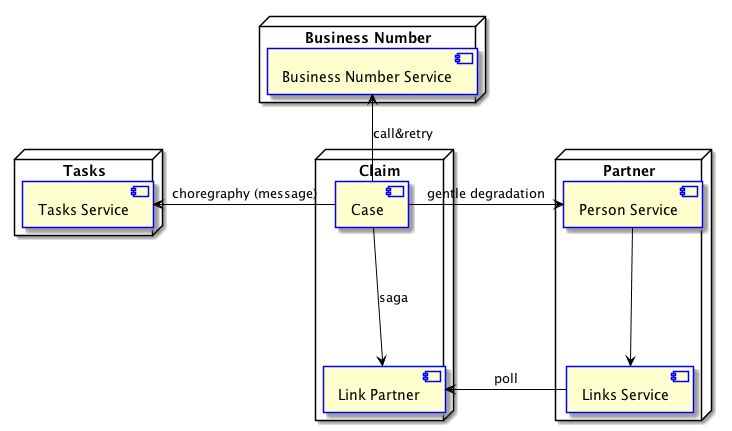
This is doc/images/components.png from fxleloup/microservice-sandbox, a PlantUML export, as it was before one commit.
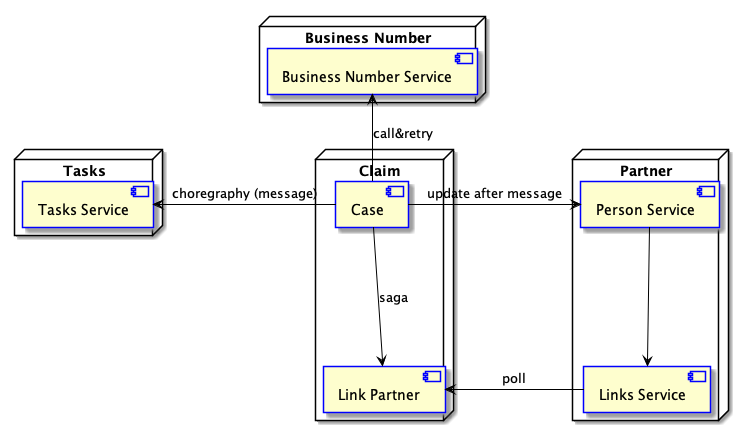
Later version of the same file.

The edit, as a diff of the source:
```diff
@@ -27,6 +27,6 @@
     c --> lp : saga
     lp <- ls : poll
     c -u-> bns : call&retry
-    c -> ps : gentle degradation
+    c -> ps : update after message
 
 @enduml
```
